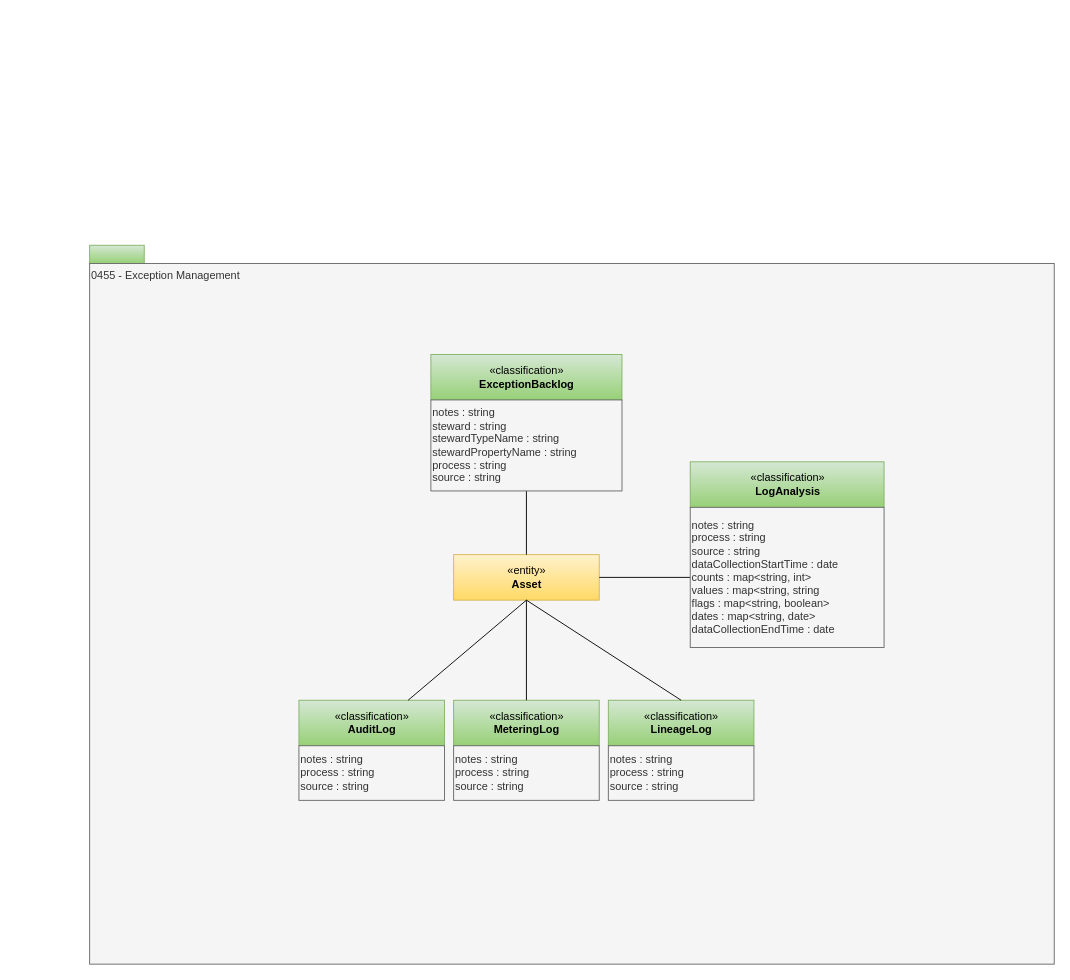
Earlier version of the draw.io diagram page "0455-Exception-Management" (18 of 30) of site/docs/types/4/area-4-governance.drawio (odpi/egeria-docs). Source tidied: cells renumbered, new cells numbered last; positions are measured from the earlier drawing's top-left corner, leaving out a move shared by most shapes. Both pictures are drawn from the tidied source at 91%, with x=0, y=0 at pixel (89, 245).
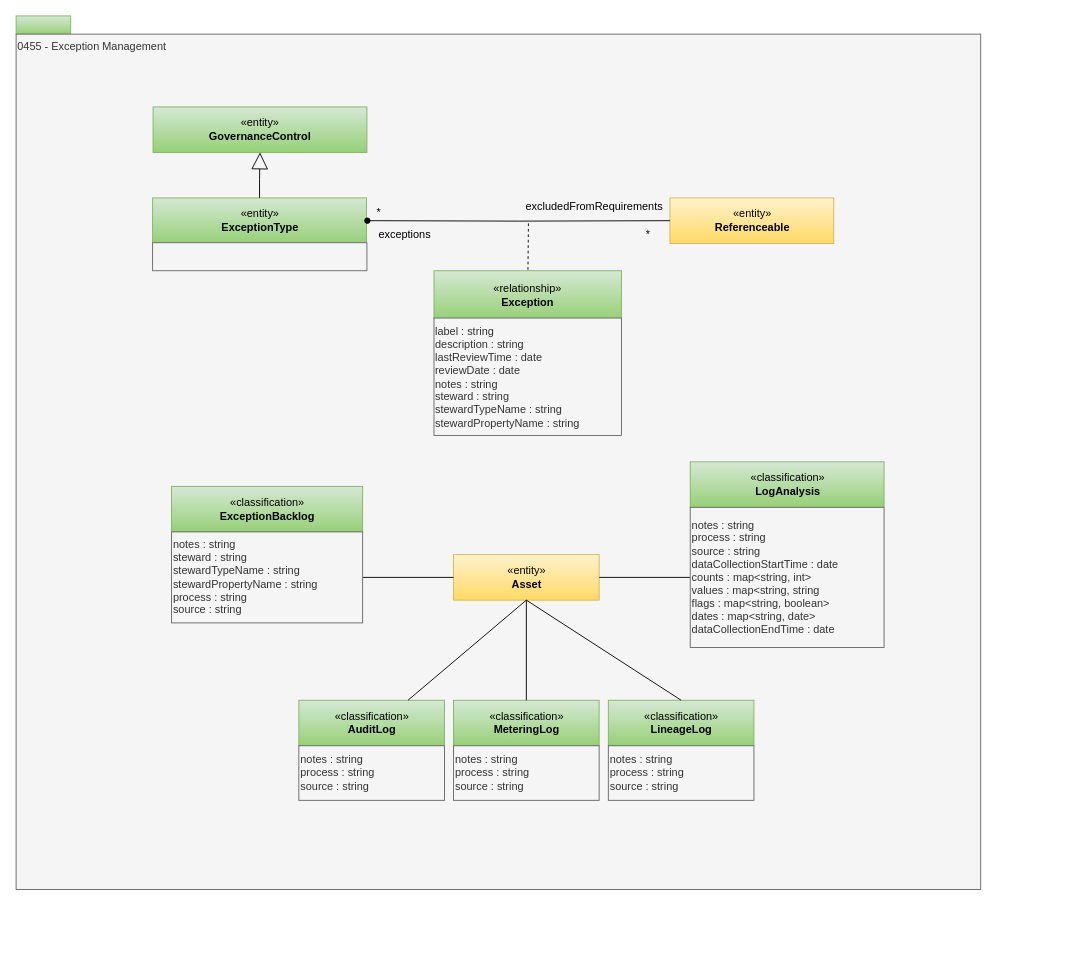
The same page after the edit.

Diff of the diagram source:
```diff
@@
     <mxCell id="2" style="rounded=0;whiteSpace=wrap;html=1;align=left;fillColor=#d5e8d4;strokeColor=#82b366;gradientColor=#97d077;" parent="1" vertex="1">
-      <mxGeometry width="60" height="20" as="geometry" />
+      <mxGeometry x="-80.8" y="-252" width="60" height="20" as="geometry" />
     </mxCell>
     <mxCell id="3" value="0455 - Exception Management" style="rounded=0;whiteSpace=wrap;html=1;align=left;verticalAlign=top;fillColor=#f5f5f5;fontColor=#333333;strokeColor=#666666;" parent="1" vertex="1">
-      <mxGeometry y="20" width="1060" height="770" as="geometry" />
+      <mxGeometry x="-80.8" y="-232" width="1060" height="940" as="geometry" />
     </mxCell>
     <mxCell id="4" value="«entity»&lt;br&gt;&lt;b&gt;Asset&lt;/b&gt;" style="html=1;strokeColor=#d6b656;align=center;fillColor=#fff2cc;gradientColor=#ffd966;" parent="1" vertex="1">
-      <mxGeometry x="400" y="340" width="160" height="50" as="geometry" />
+      <mxGeometry x="399.9" y="340" width="160" height="50" as="geometry" />
     </mxCell>
     <mxCell id="5" value="«classification»&lt;br&gt;&lt;b&gt;ExceptionBacklog&lt;/b&gt;" style="html=1;strokeColor=#82b366;align=center;fillColor=#d5e8d4;gradientColor=#97d077;" parent="1" vertex="1">
-      <mxGeometry x="375" y="120" width="210" height="50" as="geometry" />
+      <mxGeometry x="90" y="265" width="210" height="50" as="geometry" />
     </mxCell>
-    <mxCell id="6" style="edgeStyle=none;rounded=0;jettySize=auto;html=1;exitX=0.5;exitY=1;exitDx=0;exitDy=0;entryX=0.5;entryY=0;entryDx=0;entryDy=0;endArrow=none;endFill=0;" parent="1" edge="1" source="7" target="4">
+    <mxCell id="6" style="edgeStyle=none;rounded=0;jettySize=auto;html=1;exitX=1;exitY=0.5;exitDx=0;exitDy=0;entryX=0;entryY=0.5;entryDx=0;entryDy=0;endArrow=none;endFill=0;" parent="1" edge="1" source="7" target="4">
       <mxGeometry relative="1" as="geometry" />
     </mxCell>
     <mxCell id="7" value="notes : string&lt;br&gt;steward : string&lt;br&gt;stewardTypeName : string&lt;br&gt;stewardPropertyName : string&lt;br&gt;process : string&lt;br&gt;source : string&lt;br&gt;&lt;div style=&quot;text-align: left&quot;&gt;&lt;/div&gt;" style="rounded=0;whiteSpace=wrap;html=1;strokeColor=#666666;align=left;fillColor=#f5f5f5;fontColor=#333333;" parent="1" vertex="1">
-      <mxGeometry x="375" y="170" width="210" height="100" as="geometry" />
+      <mxGeometry x="90" y="315" width="210" height="100" as="geometry" />
     </mxCell>
     <mxCell id="8" value="«classification»&lt;br&gt;&lt;b&gt;AuditLog&lt;/b&gt;" style="html=1;strokeColor=#82b366;align=center;fillColor=#d5e8d4;gradientColor=#97d077;" parent="1" vertex="1">
-      <mxGeometry x="230" y="500" width="160" height="50" as="geometry" />
+      <mxGeometry x="229.9" y="500" width="160" height="50" as="geometry" />
     </mxCell>
@@
     <mxCell id="10" value="notes : string&lt;br&gt;process : string&lt;br&gt;source : string&lt;br&gt;&lt;div style=&quot;text-align: left&quot;&gt;&lt;/div&gt;" style="rounded=0;whiteSpace=wrap;html=1;strokeColor=#666666;align=left;fillColor=#f5f5f5;fontColor=#333333;" parent="1" vertex="1">
-      <mxGeometry x="230" y="550" width="160" height="60" as="geometry" />
+      <mxGeometry x="229.9" y="550" width="160" height="60" as="geometry" />
     </mxCell>
     <mxCell id="11" value="«classification»&lt;br&gt;&lt;b&gt;MeteringLog&lt;/b&gt;" style="html=1;strokeColor=#82b366;align=center;fillColor=#d5e8d4;gradientColor=#97d077;" parent="1" vertex="1">
-      <mxGeometry x="400" y="500" width="160" height="50" as="geometry" />
+      <mxGeometry x="399.9" y="500" width="160" height="50" as="geometry" />
     </mxCell>
@@
     <mxCell id="13" value="notes : string&lt;br&gt;process : string&lt;br&gt;source : string&lt;br&gt;&lt;div style=&quot;text-align: left&quot;&gt;&lt;/div&gt;" style="rounded=0;whiteSpace=wrap;html=1;strokeColor=#666666;align=left;fillColor=#f5f5f5;fontColor=#333333;" parent="1" vertex="1">
-      <mxGeometry x="400" y="550" width="160" height="60" as="geometry" />
+      <mxGeometry x="399.9" y="550" width="160" height="60" as="geometry" />
     </mxCell>
@@
+    <mxCell id="20" value="«entity»&lt;br&gt;&lt;b&gt;ExceptionType&lt;/b&gt;" style="html=1;strokeColor=#82b366;align=center;fillColor=#d5e8d4;gradientColor=#97d077;" parent="1" vertex="1">
+      <mxGeometry x="69.2" y="-52" width="235" height="50" as="geometry" />
+    </mxCell>
+    <mxCell id="21" value="«entity»&lt;br&gt;&lt;b&gt;Referenceable&lt;/b&gt;" style="html=1;strokeColor=#d6b656;align=center;fillColor=#fff2cc;gradientColor=#ffd966;" parent="1" vertex="1">
+      <mxGeometry x="637.7" y="-52" width="180" height="50" as="geometry" />
+    </mxCell>
+    <mxCell id="22" style="edgeStyle=orthogonalEdgeStyle;rounded=0;html=1;exitX=1;exitY=0.5;entryX=0;entryY=0.5;jettySize=auto;endArrow=none;endFill=0;entryDx=0;entryDy=0;startArrow=oval;startFill=1;strokeWidth=1;" parent="1" edge="1" target="21">
+      <mxGeometry relative="1" as="geometry">
+        <mxPoint x="305.2" y="-27" as="sourcePoint" />
+      </mxGeometry>
+    </mxCell>
+    <mxCell id="23" value="*" style="text;html=1;strokeColor=none;fillColor=none;align=center;verticalAlign=middle;whiteSpace=wrap;rounded=0;" parent="1" vertex="1">
+      <mxGeometry x="601.2" y="-20" width="26" height="18" as="geometry" />
+    </mxCell>
+    <mxCell id="24" value="«relationship»&lt;br&gt;&lt;b&gt;Exception&lt;/b&gt;" style="html=1;strokeColor=#82b366;align=center;fillColor=#d5e8d4;gradientColor=#97d077;" parent="1" vertex="1">
+      <mxGeometry x="378.4" y="28" width="206" height="53" as="geometry" />
+    </mxCell>
+    <mxCell id="25" style="endArrow=none;dashed=1;html=1;" parent="1" edge="1" target="24">
+      <mxGeometry relative="1" as="geometry">
+        <mxPoint x="482.2" y="-24" as="sourcePoint" />
+      </mxGeometry>
+    </mxCell>
+    <mxCell id="26" value="label : string&lt;div&gt;description : string&lt;/div&gt;&lt;div&gt;lastReviewTime : date&lt;br&gt;reviewDate : date&lt;br&gt;notes : string&lt;br&gt;steward : string&lt;br&gt;stewardTypeName : string&lt;br&gt;stewardPropertyName : string&lt;br&gt;&lt;/div&gt;" style="rounded=0;whiteSpace=wrap;html=1;strokeColor=#666666;align=left;fillColor=#f5f5f5;fontColor=#333333;" parent="1" vertex="1">
+      <mxGeometry x="378.4" y="80" width="206" height="129" as="geometry" />
+    </mxCell>
+    <mxCell id="27" value="excludedFromRequirements&amp;nbsp;" style="text;html=1;strokeColor=none;fillColor=none;align=center;verticalAlign=middle;whiteSpace=wrap;rounded=0;" parent="1" vertex="1">
+      <mxGeometry x="529.2" y="-52" width="55.2" height="20" as="geometry" />
+    </mxCell>
+    <mxCell id="28" value="exceptions" style="text;html=1;strokeColor=none;fillColor=none;align=center;verticalAlign=middle;whiteSpace=wrap;rounded=0;" parent="1" vertex="1">
+      <mxGeometry x="314.7" y="-22" width="63" height="20" as="geometry" />
+    </mxCell>
+    <mxCell id="29" value="*" style="text;html=1;strokeColor=none;fillColor=none;align=center;verticalAlign=middle;whiteSpace=wrap;rounded=0;" parent="1" vertex="1">
+      <mxGeometry x="304.7" y="-45" width="26" height="18" as="geometry" />
+    </mxCell>
+    <mxCell id="30" value="«entity»&lt;br&gt;&lt;b&gt;GovernanceControl&lt;/b&gt;" style="html=1;strokeColor=#82b366;align=center;fillColor=#d5e8d4;gradientColor=#97d077;" parent="1" vertex="1">
+      <mxGeometry x="69.7" y="-152" width="235" height="50" as="geometry" />
+    </mxCell>
+    <mxCell id="31" style="edgeStyle=orthogonalEdgeStyle;rounded=0;jettySize=auto;html=1;exitX=0.5;exitY=0;exitDx=0;exitDy=0;entryX=0.5;entryY=1;entryDx=0;entryDy=0;startArrow=none;startFill=0;endArrow=block;endFill=0;endSize=16;" parent="1" edge="1" source="20" target="30">
+      <mxGeometry relative="1" as="geometry" />
+    </mxCell>
+    <mxCell id="32" style="rounded=0;whiteSpace=wrap;html=1;strokeColor=#666666;align=left;fillColor=#f5f5f5;fontColor=#333333;" parent="1" vertex="1">
+      <mxGeometry x="69.2" y="-2.8" width="235.5" height="30.8" as="geometry" />
+    </mxCell>
```
